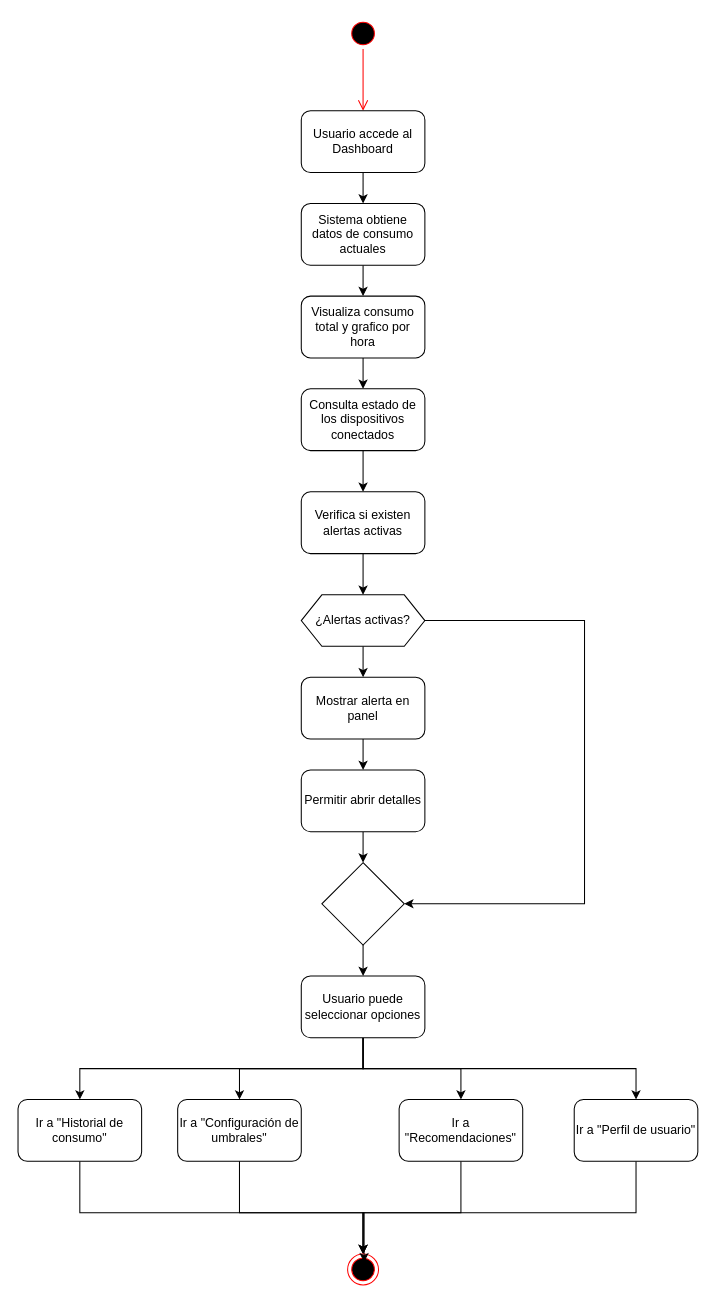
The draw.io diagram Flujos de interaccion de usuario/Dashboard.drawio in Juan-Cortes2045/Energy-Monitor-Documentation, before the edit. Source tidied: cells renumbered, new cells numbered last; positions are measured from the earlier drawing's top-left corner, leaving out a move shared by most shapes. Both pictures are drawn from the tidied source at 103%, with x=0, y=0 at pixel (18, 18).
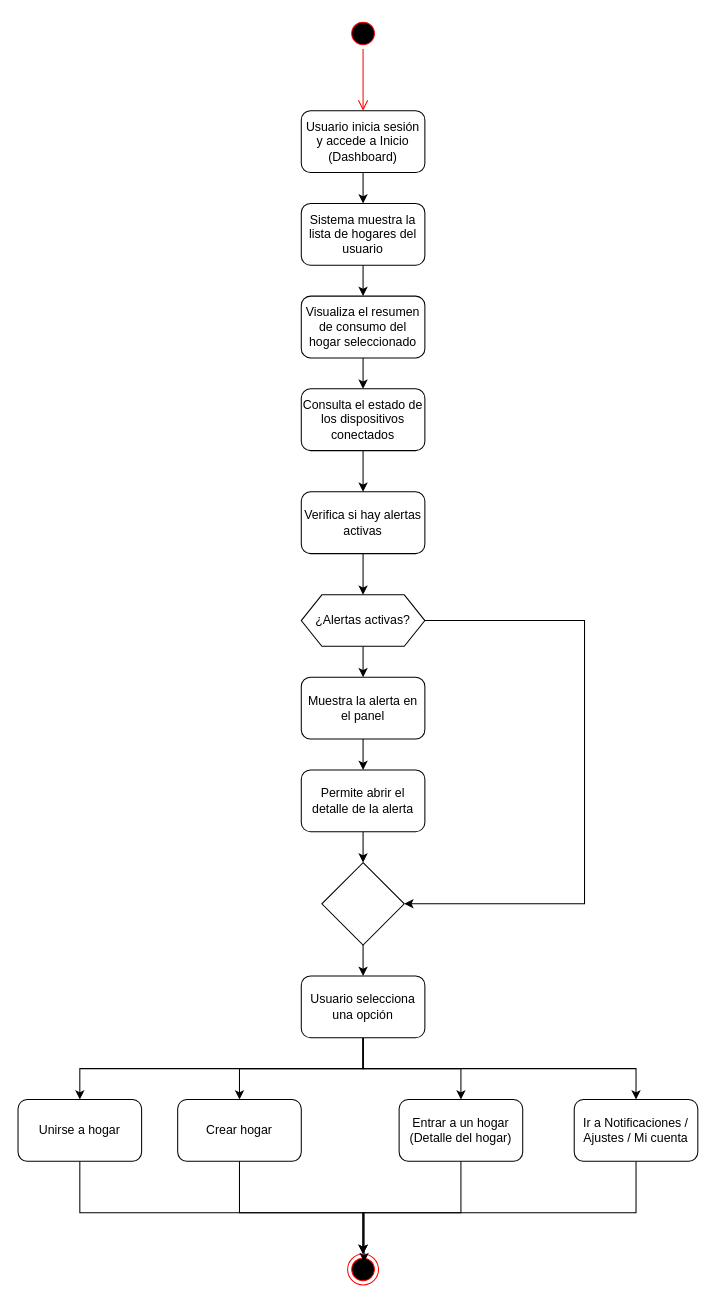
Above is the later version.

Diff of the diagram source:
```diff
@@
-    <mxCell id="5" value="Usuario accede al Dashboard" style="rounded=1;whiteSpace=wrap;html=1;" parent="1" vertex="1">
+    <mxCell id="5" value="Usuario inicia sesión y accede a Inicio (Dashboard)" style="rounded=1;whiteSpace=wrap;html=1;" parent="1" vertex="1">
       <mxGeometry x="275" y="90" width="120" height="60" as="geometry" />
     </mxCell>
@@
-    <mxCell id="7" value="Sistema obtiene datos de consumo actuales" style="rounded=1;whiteSpace=wrap;html=1;" parent="1" vertex="1">
+    <mxCell id="7" value="Sistema muestra la lista de hogares del usuario" style="rounded=1;whiteSpace=wrap;html=1;" parent="1" vertex="1">
       <mxGeometry x="275" y="180" width="120" height="60" as="geometry" />
     </mxCell>
@@
-    <mxCell id="9" value="Visualiza consumo total y grafico por hora" style="rounded=1;whiteSpace=wrap;html=1;" parent="1" vertex="1">
+    <mxCell id="9" value="Visualiza el resumen de consumo del hogar seleccionado" style="rounded=1;whiteSpace=wrap;html=1;" parent="1" vertex="1">
       <mxGeometry x="275" y="270" width="120" height="60" as="geometry" />
     </mxCell>
@@
-    <mxCell id="11" value="Consulta estado de los dispositivos conectados" style="rounded=1;whiteSpace=wrap;html=1;" parent="1" vertex="1">
+    <mxCell id="11" value="Consulta el estado de los dispositivos conectados" style="rounded=1;whiteSpace=wrap;html=1;" parent="1" vertex="1">
       <mxGeometry x="275" y="360" width="120" height="60" as="geometry" />
     </mxCell>
@@
-    <mxCell id="13" value="Verifica si existen alertas activas" style="rounded=1;whiteSpace=wrap;html=1;" parent="1" vertex="1">
+    <mxCell id="13" value="Verifica si hay alertas activas" style="rounded=1;whiteSpace=wrap;html=1;" parent="1" vertex="1">
       <mxGeometry x="275" y="460" width="120" height="60" as="geometry" />
     </mxCell>
@@
-    <mxCell id="17" value="Mostrar alerta en panel" style="rounded=1;whiteSpace=wrap;html=1;" parent="1" vertex="1">
+    <mxCell id="17" value="Muestra la alerta en el panel" style="rounded=1;whiteSpace=wrap;html=1;" parent="1" vertex="1">
       <mxGeometry x="275" y="640" width="120" height="60" as="geometry" />
     </mxCell>
@@
-    <mxCell id="19" value="Permitir abrir detalles" style="rounded=1;whiteSpace=wrap;html=1;" parent="1" vertex="1">
+    <mxCell id="19" value="Permite abrir el detalle de la alerta" style="rounded=1;whiteSpace=wrap;html=1;" parent="1" vertex="1">
       <mxGeometry x="275" y="730" width="120" height="60" as="geometry" />
     </mxCell>
@@
-    <mxCell id="27" value="Usuario puede seleccionar opciones" style="rounded=1;whiteSpace=wrap;html=1;" parent="1" vertex="1">
+    <mxCell id="27" value="Usuario selecciona una opción" style="rounded=1;whiteSpace=wrap;html=1;" parent="1" vertex="1">
       <mxGeometry x="275" y="930" width="120" height="60" as="geometry" />
     </mxCell>
-    <mxCell id="28" value="Ir a &quot;Configuración de umbrales&quot;" style="rounded=1;whiteSpace=wrap;html=1;" parent="1" vertex="1">
+    <mxCell id="28" value="Crear hogar" style="rounded=1;whiteSpace=wrap;html=1;" parent="1" vertex="1">
       <mxGeometry x="155" y="1050" width="120" height="60" as="geometry" />
     </mxCell>
@@
-    <mxCell id="30" value="Ir a &quot;Historial de consumo&quot;" style="rounded=1;whiteSpace=wrap;html=1;" parent="1" vertex="1">
+    <mxCell id="30" value="Unirse a hogar" style="rounded=1;whiteSpace=wrap;html=1;" parent="1" vertex="1">
       <mxGeometry y="1050" width="120" height="60" as="geometry" />
     </mxCell>
@@
-    <mxCell id="32" value="Ir a &quot;Recomendaciones&quot;" style="rounded=1;whiteSpace=wrap;html=1;" parent="1" vertex="1">
+    <mxCell id="32" value="Entrar a un hogar (Detalle del hogar)" style="rounded=1;whiteSpace=wrap;html=1;" parent="1" vertex="1">
       <mxGeometry x="370" y="1050" width="120" height="60" as="geometry" />
     </mxCell>
@@
-    <mxCell id="34" value="Ir a &quot;Perfil de usuario&quot;" style="rounded=1;whiteSpace=wrap;html=1;" parent="1" vertex="1">
+    <mxCell id="34" value="Ir a Notificaciones / Ajustes / Mi cuenta" style="rounded=1;whiteSpace=wrap;html=1;" parent="1" vertex="1">
       <mxGeometry x="540" y="1050" width="120" height="60" as="geometry" />
     </mxCell>
```
